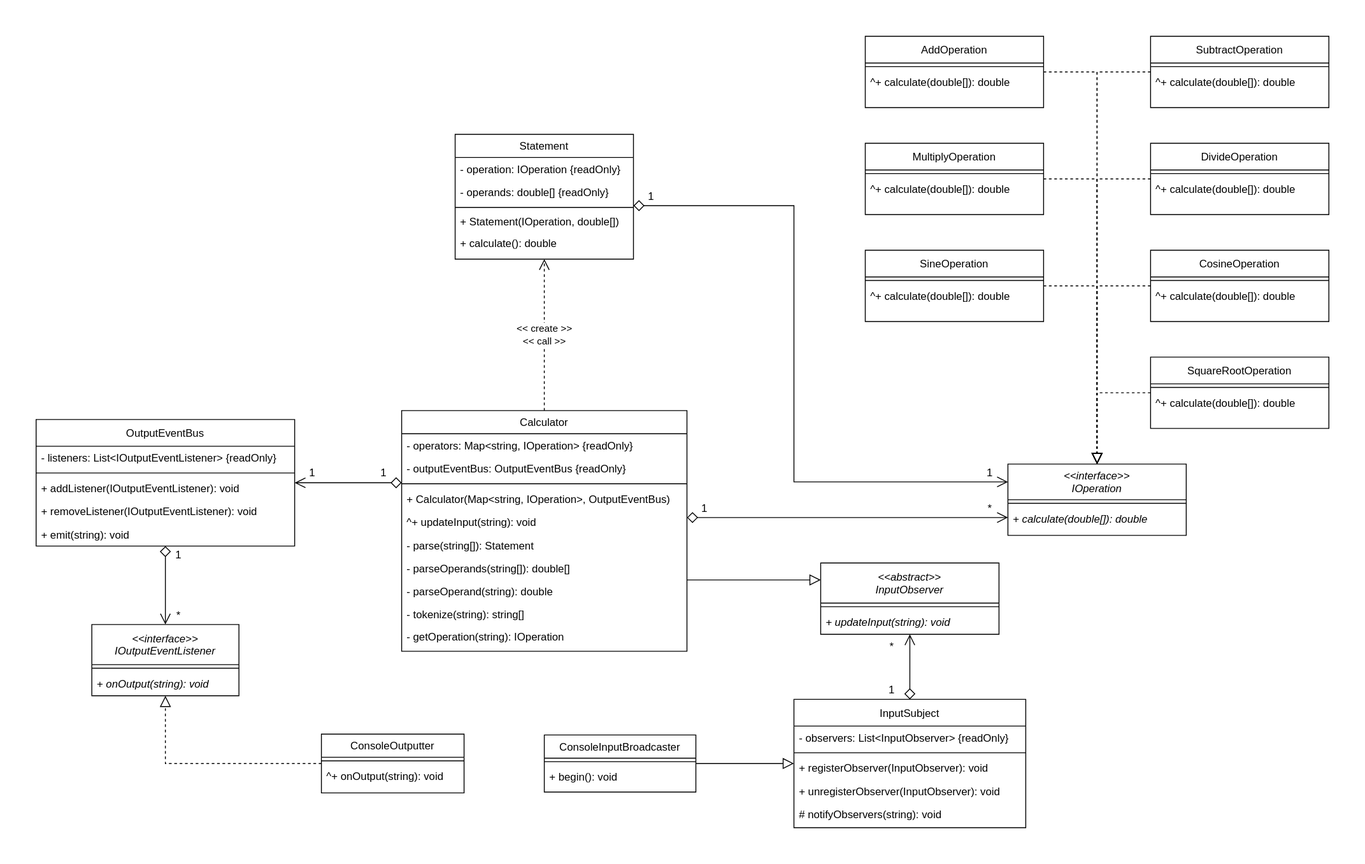
starikcetin/ctis417-project1-calculator keeps this draw.io diagram as Diagrams/Class Diagram.svg. Above is the earlier version. Source tidied: cells renumbered, new cells last; positions are measured from the earlier drawing's top-left corner, leaving out a move shared by most shapes.
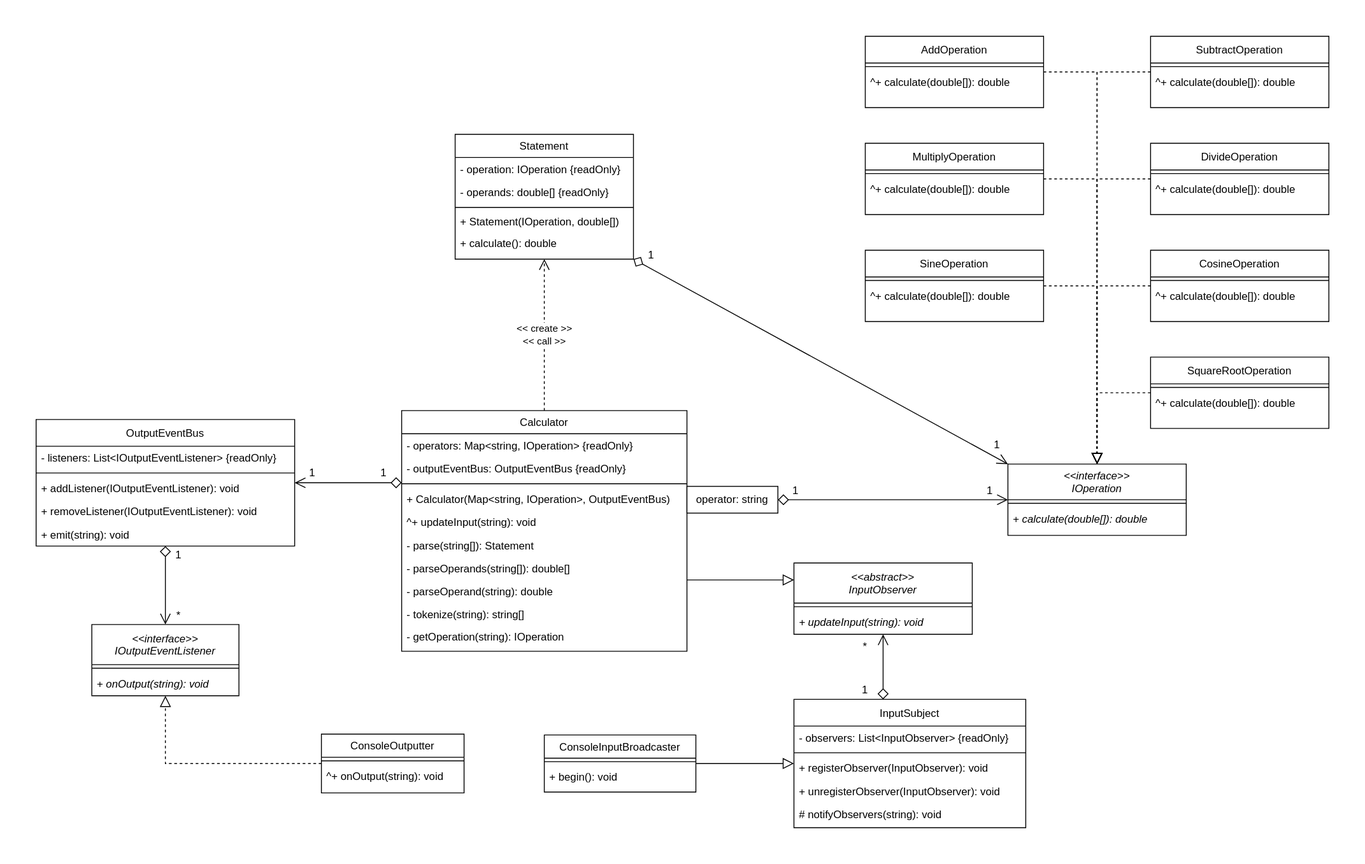
After the change.

Commit message:
class diagram fix

converted the association between Calculator and IOperation to a qualified aggregation with the operator as the qualifier.

The edit, as a diff of the source:
```diff
@@ -2,14 +2,6 @@
   <root>
     <mxCell id="0" />
     <mxCell id="1" parent="0" />
-    <mxCell id="2" style="edgeStyle=orthogonalEdgeStyle;rounded=0;jettySize=auto;html=1;endArrow=open;endFill=0;endSize=10;targetPerimeterSpacing=0;startArrow=diamond;startFill=0;startSize=10;verticalAlign=middle;" parent="1" edge="1" source="55" target="22">
-      <mxGeometry relative="1" as="geometry">
-        <Array as="points">
-          <mxPoint x="930" y="540" />
-          <mxPoint x="930" y="540" />
-        </Array>
-      </mxGeometry>
-    </mxCell>
     <mxCell id="3" style="edgeStyle=orthogonalEdgeStyle;rounded=0;jettySize=auto;html=1;endArrow=block;endFill=0;targetPerimeterSpacing=0;endSize=10;dashed=1;verticalAlign=middle;" parent="1" edge="1" source="84" target="22">
       <mxGeometry relative="1" as="geometry">
         <Array as="points">
@@ -62,13 +54,8 @@
     <mxCell id="10" value="&amp;lt;&amp;lt; create &amp;gt;&amp;gt;&lt;br&gt;&amp;lt;&amp;lt; call &amp;gt;&amp;gt;" style="edgeStyle=orthogonalEdgeStyle;rounded=0;jettySize=auto;html=1;startArrow=none;startFill=0;startSize=10;endArrow=open;endFill=0;endSize=10;targetPerimeterSpacing=0;verticalAlign=middle;exitX=0.5;exitY=0;exitDx=0;exitDy=0;dashed=1;" parent="1" edge="1" source="55" target="87">
       <mxGeometry relative="1" as="geometry" />
     </mxCell>
-    <mxCell id="11" style="edgeStyle=orthogonalEdgeStyle;rounded=0;jettySize=auto;html=1;startArrow=diamond;startFill=0;startSize=10;endArrow=open;endFill=0;endSize=10;targetPerimeterSpacing=0;verticalAlign=middle;" parent="1" edge="1" source="87" target="22">
-      <mxGeometry relative="1" as="geometry">
-        <Array as="points">
-          <mxPoint x="850" y="190" />
-          <mxPoint x="850" y="500" />
-        </Array>
-      </mxGeometry>
+    <mxCell id="11" style="rounded=0;jettySize=auto;html=1;startArrow=diamond;startFill=0;startSize=10;endArrow=open;endFill=0;endSize=10;targetPerimeterSpacing=0;verticalAlign=middle;entryX=0;entryY=0;entryDx=0;entryDy=0;exitX=1;exitY=1;exitDx=0;exitDy=0;" parent="1" edge="1" source="87" target="22">
+      <mxGeometry relative="1" as="geometry" />
     </mxCell>
     <mxCell id="12" value="SubtractOperation" style="swimlane;fontStyle=0;align=center;verticalAlign=middle;horizontal=1;startSize=30;rounded=0;shadow=0;strokeWidth=1;" parent="1" vertex="1">
       <mxGeometry x="1250" width="200" height="80" as="geometry" />
@@ -126,7 +113,12 @@
       <mxGeometry relative="1" as="geometry" />
     </mxCell>
     <mxCell id="27" style="edgeStyle=orthogonalEdgeStyle;rounded=0;jettySize=auto;html=1;startArrow=diamond;startFill=0;startSize=10;endArrow=open;endFill=0;endSize=10;targetPerimeterSpacing=0;verticalAlign=middle;" parent="1" edge="1" source="66" target="42">
-      <mxGeometry relative="1" as="geometry" />
+      <mxGeometry relative="1" as="geometry">
+        <Array as="points">
+          <mxPoint x="950" y="720" />
+          <mxPoint x="950" y="720" />
+        </Array>
+      </mxGeometry>
     </mxCell>
     <mxCell id="28" style="edgeStyle=orthogonalEdgeStyle;rounded=0;jettySize=auto;html=1;startArrow=diamond;startFill=0;startSize=10;endArrow=open;endFill=0;endSize=10;targetPerimeterSpacing=0;" parent="1" edge="1" source="29" target="72">
       <mxGeometry relative="1" as="geometry" />
@@ -170,26 +162,11 @@
     <mxCell id="41" value="^+ onOutput(string): void" style="text;align=left;verticalAlign=middle;spacingLeft=4;spacingRight=4;overflow=hidden;fontStyle=0;" parent="39" vertex="1">
       <mxGeometry y="34" width="160" height="26" as="geometry" />
     </mxCell>
-    <mxCell id="42" value="&lt;&lt;abstract&gt;&gt;&#10;InputObserver" style="swimlane;fontStyle=2;align=center;verticalAlign=middle;horizontal=1;startSize=45;rounded=0;shadow=0;strokeWidth=1;" parent="1" vertex="1">
-      <mxGeometry x="880" y="591" width="200" height="80" as="geometry" />
-    </mxCell>
-    <mxCell id="43" style="line;html=1;strokeWidth=1;align=left;verticalAlign=middle;spacingTop=-1;spacingLeft=3;spacingRight=3;labelPosition=right;" parent="42" vertex="1">
-      <mxGeometry y="45" width="200" height="8" as="geometry" />
-    </mxCell>
-    <mxCell id="44" value="+ updateInput(string): void" style="text;align=left;verticalAlign=middle;spacingLeft=4;spacingRight=4;overflow=hidden;fontStyle=2;" parent="42" vertex="1">
-      <mxGeometry y="53" width="200" height="26" as="geometry" />
-    </mxCell>
-    <mxCell id="45" value="1" style="text;html=1;strokeColor=none;fillColor=none;align=center;verticalAlign=middle;whiteSpace=wrap;rounded=0;" parent="1" vertex="1">
-      <mxGeometry x="730" y="520" width="40" height="20" as="geometry" />
-    </mxCell>
-    <mxCell id="46" value="*" style="text;html=1;strokeColor=none;fillColor=none;align=center;verticalAlign=middle;whiteSpace=wrap;rounded=0;" parent="1" vertex="1">
-      <mxGeometry x="1050" y="520" width="40" height="20" as="geometry" />
-    </mxCell>
     <mxCell id="47" value="1" style="text;html=1;strokeColor=none;fillColor=none;align=center;verticalAlign=middle;whiteSpace=wrap;rounded=0;" parent="1" vertex="1">
-      <mxGeometry x="670" y="170" width="40" height="20" as="geometry" />
+      <mxGeometry x="670" y="236" width="40" height="20" as="geometry" />
     </mxCell>
     <mxCell id="48" value="1" style="text;html=1;strokeColor=none;fillColor=none;align=center;verticalAlign=middle;whiteSpace=wrap;rounded=0;" parent="1" vertex="1">
-      <mxGeometry x="1050" y="480" width="40" height="20" as="geometry" />
+      <mxGeometry x="1058" y="449" width="40" height="20" as="geometry" />
     </mxCell>
     <mxCell id="49" value="1" style="text;html=1;strokeColor=none;fillColor=none;align=center;verticalAlign=middle;whiteSpace=wrap;rounded=0;" parent="1" vertex="1">
       <mxGeometry x="370" y="480" width="40" height="20" as="geometry" />
@@ -204,10 +181,10 @@
       <mxGeometry x="140" y="640" width="40" height="20" as="geometry" />
     </mxCell>
     <mxCell id="53" value="1" style="text;html=1;strokeColor=none;fillColor=none;align=center;verticalAlign=middle;whiteSpace=wrap;rounded=0;" parent="1" vertex="1">
-      <mxGeometry x="940" y="724" width="40" height="20" as="geometry" />
+      <mxGeometry x="910" y="724" width="40" height="20" as="geometry" />
     </mxCell>
     <mxCell id="54" value="*" style="text;html=1;strokeColor=none;fillColor=none;align=center;verticalAlign=top;whiteSpace=wrap;rounded=0;" parent="1" vertex="1">
-      <mxGeometry x="940" y="671" width="40" height="20" as="geometry" />
+      <mxGeometry x="910" y="671" width="40" height="20" as="geometry" />
     </mxCell>
     <mxCell id="55" value="Calculator" style="swimlane;fontStyle=0;align=center;verticalAlign=middle;horizontal=1;startSize=26;rounded=0;shadow=0;strokeWidth=1;" parent="1" vertex="1">
       <mxGeometry x="410" y="420" width="320" height="270" as="geometry" />
@@ -323,5 +300,26 @@
     <mxCell id="92" value="+ calculate(): double" style="text;align=left;verticalAlign=middle;spacingLeft=4;spacingRight=4;overflow=hidden;" parent="87" vertex="1">
       <mxGeometry y="110" width="200" height="24" as="geometry" />
     </mxCell>
+    <mxCell id="93" style="edgeStyle=orthogonalEdgeStyle;rounded=0;jettySize=auto;html=1;endArrow=open;endFill=0;endSize=10;startSize=10;startArrow=diamond;startFill=0;" parent="1" edge="1" source="94" target="22">
+      <mxGeometry relative="1" as="geometry" />
+    </mxCell>
+    <mxCell id="94" value="operator: string" style="rounded=0;whiteSpace=wrap;html=1;" parent="1" vertex="1">
+      <mxGeometry x="730" y="505" width="102" height="30" as="geometry" />
+    </mxCell>
+    <mxCell id="42" value="&lt;&lt;abstract&gt;&gt;&#10;InputObserver" style="swimlane;fontStyle=2;align=center;verticalAlign=middle;horizontal=1;startSize=45;rounded=0;shadow=0;strokeWidth=1;" parent="1" vertex="1">
+      <mxGeometry x="850" y="591" width="200" height="80" as="geometry" />
+    </mxCell>
+    <mxCell id="43" style="line;html=1;strokeWidth=1;align=left;verticalAlign=middle;spacingTop=-1;spacingLeft=3;spacingRight=3;labelPosition=right;" parent="42" vertex="1">
+      <mxGeometry y="45" width="200" height="8" as="geometry" />
+    </mxCell>
+    <mxCell id="44" value="+ updateInput(string): void" style="text;align=left;verticalAlign=middle;spacingLeft=4;spacingRight=4;overflow=hidden;fontStyle=2;" parent="42" vertex="1">
+      <mxGeometry y="53" width="200" height="26" as="geometry" />
+    </mxCell>
+    <mxCell id="95" value="1" style="text;html=1;strokeColor=none;fillColor=none;align=center;verticalAlign=middle;whiteSpace=wrap;rounded=0;" parent="1" vertex="1">
+      <mxGeometry x="1050" y="500" width="40" height="20" as="geometry" />
+    </mxCell>
+    <mxCell id="96" value="1" style="text;html=1;strokeColor=none;fillColor=none;align=center;verticalAlign=middle;whiteSpace=wrap;rounded=0;" parent="1" vertex="1">
+      <mxGeometry x="832" y="500" width="40" height="20" as="geometry" />
+    </mxCell>
   </root>
 </mxGraphModel>
```
